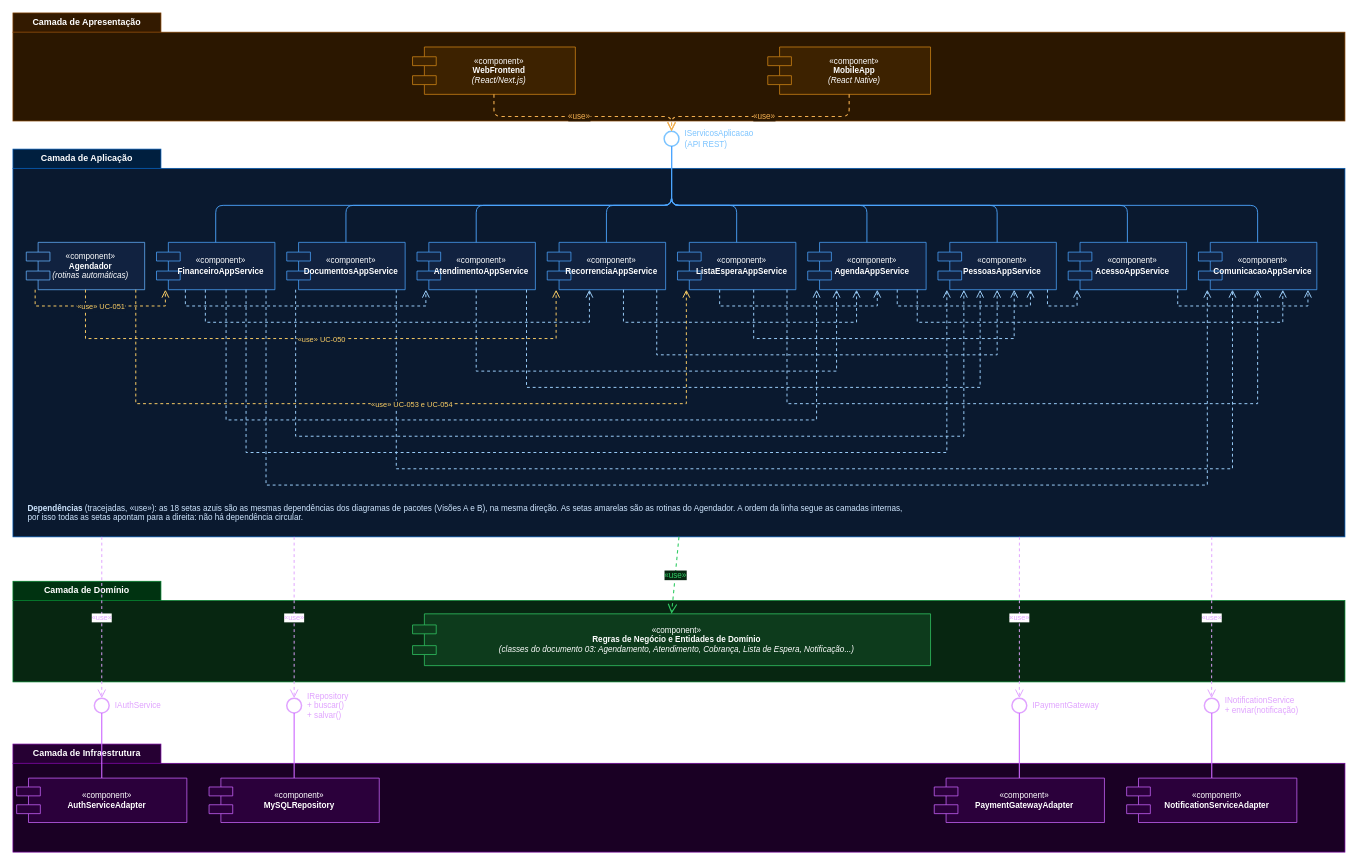
Before: page "Diagrama de componentes" (3 of 5) of diagramas/arquitetura/diagramas-arquitetura.drawio in devcaline/nexo-modelagem, a draw.io diagram. Source tidied: cells renumbered, new cells numbered last; positions are measured from the earlier drawing's top-left corner, leaving out a move shared by most shapes. Both pictures are drawn from the tidied source at 74%, with x=0, y=0 at pixel (13, 13).
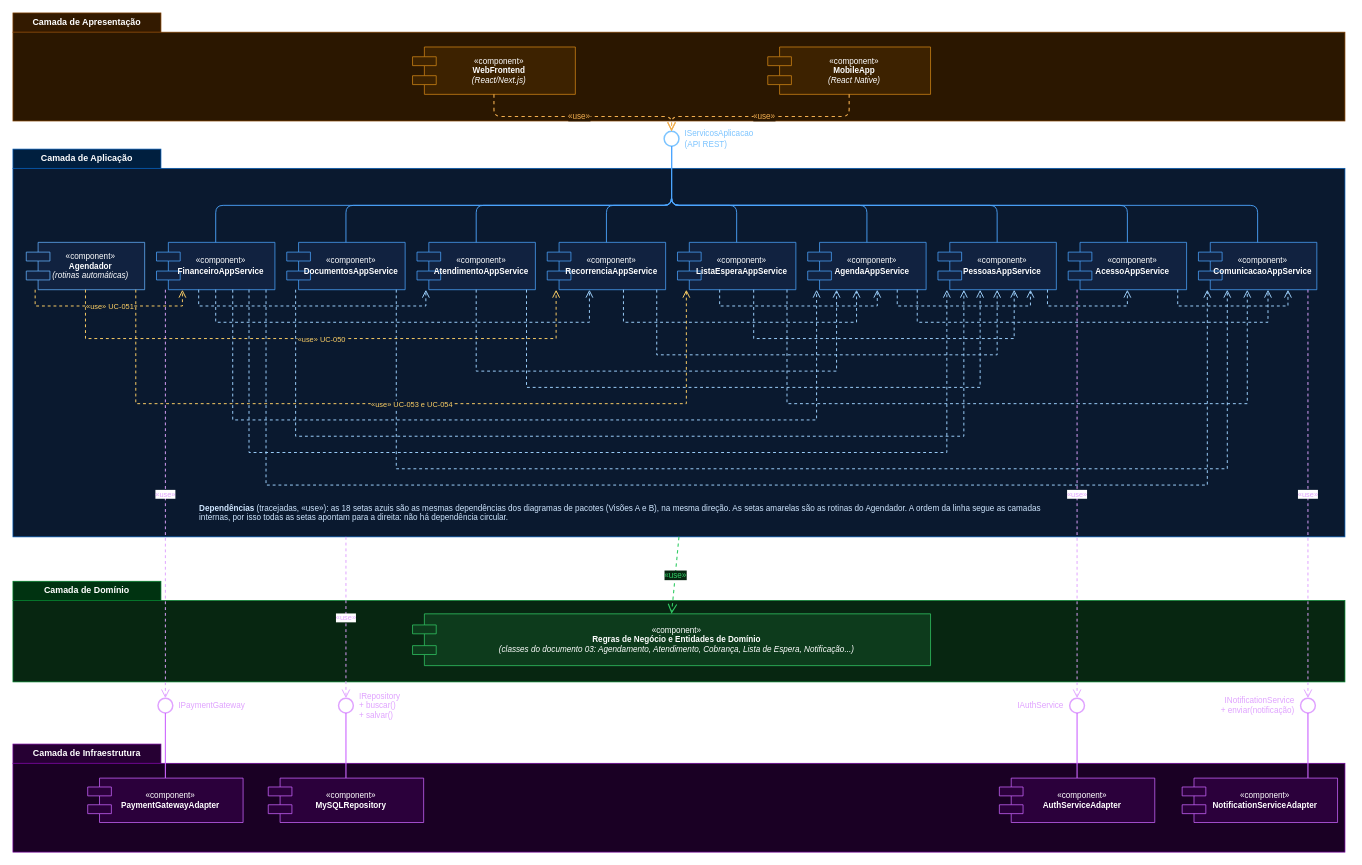
The same page after the edit.

Unchanged cells that the change refers to:
```xml
<mxCell id="7" style="rounded=0;whiteSpace=wrap;html=1;fillColor=#0a192f;strokeColor=#0059b3;" parent="1" vertex="1">
  <mxGeometry y="210" width="1800" height="498" as="geometry" />
</mxCell>
<mxCell id="8" value="&amp;laquo;component&amp;raquo;&lt;br/&gt;&lt;b&gt;Agendador&lt;/b&gt;&lt;br/&gt;&lt;i&gt;(rotinas automáticas)&lt;/i&gt;" style="shape=component;html=1;whiteSpace=wrap;align=center;spacingLeft=14;fillColor=#112240;strokeColor=#66b3ff;fontColor=#FFFFFF;fontSize=11;" parent="1" vertex="1">
  <mxGeometry x="18" y="310" width="160" height="64" as="geometry" />
</mxCell>
<mxCell id="9" value="&amp;laquo;component&amp;raquo;&lt;br/&gt;&lt;b&gt;FinanceiroAppService&lt;/b&gt;" style="shape=component;html=1;whiteSpace=wrap;align=center;spacingLeft=14;fillColor=#112240;strokeColor=#4da6ff;fontColor=#FFFFFF;fontSize=11;" parent="1" vertex="1">
  <mxGeometry x="194" y="310" width="160" height="64" as="geometry" />
</mxCell>
<mxCell id="10" value="&amp;laquo;component&amp;raquo;&lt;br/&gt;&lt;b&gt;DocumentosAppService&lt;/b&gt;" style="shape=component;html=1;whiteSpace=wrap;align=center;spacingLeft=14;fillColor=#112240;strokeColor=#4da6ff;fontColor=#FFFFFF;fontSize=11;" parent="1" vertex="1">
  <mxGeometry x="370" y="310" width="160" height="64" as="geometry" />
</mxCell>
<mxCell id="11" value="&amp;laquo;component&amp;raquo;&lt;br/&gt;&lt;b&gt;AtendimentoAppService&lt;/b&gt;" style="shape=component;html=1;whiteSpace=wrap;align=center;spacingLeft=14;fillColor=#112240;strokeColor=#4da6ff;fontColor=#FFFFFF;fontSize=11;" parent="1" vertex="1">
  <mxGeometry x="546" y="310" width="160" height="64" as="geometry" />
</mxCell>
<mxCell id="12" value="&amp;laquo;component&amp;raquo;&lt;br/&gt;&lt;b&gt;RecorrenciaAppService&lt;/b&gt;" style="shape=component;html=1;whiteSpace=wrap;align=center;spacingLeft=14;fillColor=#112240;strokeColor=#4da6ff;fontColor=#FFFFFF;fontSize=11;" parent="1" vertex="1">
  <mxGeometry x="722" y="310" width="160" height="64" as="geometry" />
</mxCell>
<mxCell id="13" value="&amp;laquo;component&amp;raquo;&lt;br/&gt;&lt;b&gt;ListaEsperaAppService&lt;/b&gt;" style="shape=component;html=1;whiteSpace=wrap;align=center;spacingLeft=14;fillColor=#112240;strokeColor=#4da6ff;fontColor=#FFFFFF;fontSize=11;" parent="1" vertex="1">
  <mxGeometry x="898" y="310" width="160" height="64" as="geometry" />
</mxCell>
<mxCell id="14" value="&amp;laquo;component&amp;raquo;&lt;br/&gt;&lt;b&gt;AgendaAppService&lt;/b&gt;" style="shape=component;html=1;whiteSpace=wrap;align=center;spacingLeft=14;fillColor=#112240;strokeColor=#4da6ff;fontColor=#FFFFFF;fontSize=11;" parent="1" vertex="1">
  <mxGeometry x="1074" y="310" width="160" height="64" as="geometry" />
</mxCell>
<mxCell id="15" value="&amp;laquo;component&amp;raquo;&lt;br/&gt;&lt;b&gt;PessoasAppService&lt;/b&gt;" style="shape=component;html=1;whiteSpace=wrap;align=center;spacingLeft=14;fillColor=#112240;strokeColor=#4da6ff;fontColor=#FFFFFF;fontSize=11;" parent="1" vertex="1">
  <mxGeometry x="1250" y="310" width="160" height="64" as="geometry" />
</mxCell>
<mxCell id="16" value="&amp;laquo;component&amp;raquo;&lt;br/&gt;&lt;b&gt;AcessoAppService&lt;/b&gt;" style="shape=component;html=1;whiteSpace=wrap;align=center;spacingLeft=14;fillColor=#112240;strokeColor=#4da6ff;fontColor=#FFFFFF;fontSize=11;" parent="1" vertex="1">
  <mxGeometry x="1426" y="310" width="160" height="64" as="geometry" />
</mxCell>
<mxCell id="17" value="&amp;laquo;component&amp;raquo;&lt;br/&gt;&lt;b&gt;ComunicacaoAppService&lt;/b&gt;" style="shape=component;html=1;whiteSpace=wrap;align=center;spacingLeft=14;fillColor=#112240;strokeColor=#4da6ff;fontColor=#FFFFFF;fontSize=11;" parent="1" vertex="1">
  <mxGeometry x="1602" y="310" width="160" height="64" as="geometry" />
</mxCell>
```

Change to the diagram source:
```diff
@@
-    <mxCell id="37" style="edgeStyle=none;html=1;dashed=1;endArrow=open;endSize=8;strokeColor=#9fd3ff;strokeWidth=1.3;rounded=0;exitX=0.925;exitY=1;exitDx=0;exitDy=0;entryX=0.5;entryY=1;entryDx=0;entryDy=0;fontColor=#9fd3ff;fontSize=10;labelBackgroundColor=#0a192f;" parent="1" edge="1" source="13" target="17">
+    <mxCell id="37" style="edgeStyle=none;html=1;dashed=1;endArrow=open;endSize=8;strokeColor=#9fd3ff;strokeWidth=1.3;rounded=0;exitX=0.925;exitY=1;exitDx=0;exitDy=0;entryX=0.4125;entryY=1;entryDx=0;entryDy=0;fontColor=#9fd3ff;fontSize=10;labelBackgroundColor=#0a192f;" parent="1" edge="1" source="13" target="17">
       <mxGeometry relative="1" as="geometry">
         <Array as="points">
           <mxPoint x="1046" y="528" />
-          <mxPoint x="1682" y="528" />
+          <mxPoint x="1668" y="528" />
         </Array>
       </mxGeometry>
     </mxCell>
@@
-    <mxCell id="39" style="edgeStyle=none;html=1;dashed=1;endArrow=open;endSize=8;strokeColor=#9fd3ff;strokeWidth=1.3;rounded=0;exitX=0.925;exitY=1;exitDx=0;exitDy=0;entryX=0.7125;entryY=1;entryDx=0;entryDy=0;fontColor=#9fd3ff;fontSize=10;labelBackgroundColor=#0a192f;" parent="1" edge="1" source="14" target="17">
+    <mxCell id="39" style="edgeStyle=none;html=1;dashed=1;endArrow=open;endSize=8;strokeColor=#9fd3ff;strokeWidth=1.3;rounded=0;exitX=0.925;exitY=1;exitDx=0;exitDy=0;entryX=0.5875;entryY=1;entryDx=0;entryDy=0;fontColor=#9fd3ff;fontSize=10;labelBackgroundColor=#0a192f;" parent="1" edge="1" source="14" target="17">
       <mxGeometry relative="1" as="geometry">
         <Array as="points">
           <mxPoint x="1222" y="418" />
-          <mxPoint x="1716" y="418" />
+          <mxPoint x="1696" y="418" />
         </Array>
       </mxGeometry>
     </mxCell>
-    <mxCell id="40" style="edgeStyle=none;html=1;dashed=1;endArrow=open;endSize=8;strokeColor=#9fd3ff;strokeWidth=1.3;rounded=0;exitX=0.925;exitY=1;exitDx=0;exitDy=0;entryX=0.075;entryY=1;entryDx=0;entryDy=0;fontColor=#9fd3ff;fontSize=10;labelBackgroundColor=#0a192f;" parent="1" edge="1" source="15" target="16">
+    <mxCell id="40" style="edgeStyle=none;html=1;dashed=1;endArrow=open;endSize=8;strokeColor=#9fd3ff;strokeWidth=1.3;rounded=0;exitX=0.925;exitY=1;exitDx=0;exitDy=0;entryX=0.5;entryY=1;entryDx=0;entryDy=0;fontColor=#9fd3ff;fontSize=10;labelBackgroundColor=#0a192f;" parent="1" edge="1" source="15" target="16">
       <mxGeometry relative="1" as="geometry">
         <Array as="points">
           <mxPoint x="1398" y="396" />
-          <mxPoint x="1438" y="396" />
+          <mxPoint x="1506" y="396" />
         </Array>
       </mxGeometry>
     </mxCell>
-    <mxCell id="41" style="edgeStyle=none;html=1;dashed=1;endArrow=open;endSize=8;strokeColor=#9fd3ff;strokeWidth=1.3;rounded=0;exitX=0.7562;exitY=1;exitDx=0;exitDy=0;entryX=0.075;entryY=1;entryDx=0;entryDy=0;fontColor=#9fd3ff;fontSize=10;labelBackgroundColor=#0a192f;" parent="1" edge="1" source="9" target="15">
+    <mxCell id="41" style="edgeStyle=none;html=1;dashed=1;endArrow=open;endSize=8;strokeColor=#9fd3ff;strokeWidth=1.3;rounded=0;exitX=0.7812;exitY=1;exitDx=0;exitDy=0;entryX=0.075;entryY=1;entryDx=0;entryDy=0;fontColor=#9fd3ff;fontSize=10;labelBackgroundColor=#0a192f;" parent="1" edge="1" source="9" target="15">
       <mxGeometry relative="1" as="geometry">
         <Array as="points">
-          <mxPoint x="315" y="594" />
+          <mxPoint x="319" y="594" />
           <mxPoint x="1262" y="594" />
         </Array>
       </mxGeometry>
     </mxCell>
-    <mxCell id="42" style="edgeStyle=none;html=1;dashed=1;endArrow=open;endSize=8;strokeColor=#9fd3ff;strokeWidth=1.3;rounded=0;exitX=0.5875;exitY=1;exitDx=0;exitDy=0;entryX=0.075;entryY=1;entryDx=0;entryDy=0;fontColor=#9fd3ff;fontSize=10;labelBackgroundColor=#0a192f;" parent="1" edge="1" source="9" target="14">
+    <mxCell id="42" style="edgeStyle=none;html=1;dashed=1;endArrow=open;endSize=8;strokeColor=#9fd3ff;strokeWidth=1.3;rounded=0;exitX=0.6438;exitY=1;exitDx=0;exitDy=0;entryX=0.075;entryY=1;entryDx=0;entryDy=0;fontColor=#9fd3ff;fontSize=10;labelBackgroundColor=#0a192f;" parent="1" edge="1" source="9" target="14">
       <mxGeometry relative="1" as="geometry">
         <Array as="points">
-          <mxPoint x="288" y="550" />
+          <mxPoint x="297" y="550" />
           <mxPoint x="1086" y="550" />
         </Array>
       </mxGeometry>
     </mxCell>
-    <mxCell id="43" style="edgeStyle=none;html=1;dashed=1;endArrow=open;endSize=8;strokeColor=#9fd3ff;strokeWidth=1.3;rounded=0;exitX=0.2437;exitY=1;exitDx=0;exitDy=0;entryX=0.075;entryY=1;entryDx=0;entryDy=0;fontColor=#9fd3ff;fontSize=10;labelBackgroundColor=#0a192f;" parent="1" edge="1" source="9" target="11">
+    <mxCell id="43" style="edgeStyle=none;html=1;dashed=1;endArrow=open;endSize=8;strokeColor=#9fd3ff;strokeWidth=1.3;rounded=0;exitX=0.3563;exitY=1;exitDx=0;exitDy=0;entryX=0.075;entryY=1;entryDx=0;entryDy=0;fontColor=#9fd3ff;fontSize=10;labelBackgroundColor=#0a192f;" parent="1" edge="1" source="9" target="11">
       <mxGeometry relative="1" as="geometry">
         <Array as="points">
-          <mxPoint x="233" y="396" />
+          <mxPoint x="251" y="396" />
           <mxPoint x="558" y="396" />
         </Array>
       </mxGeometry>
     </mxCell>
-    <mxCell id="44" style="edgeStyle=none;html=1;dashed=1;endArrow=open;endSize=8;strokeColor=#9fd3ff;strokeWidth=1.3;rounded=0;exitX=0.4125;exitY=1;exitDx=0;exitDy=0;entryX=0.3563;entryY=1;entryDx=0;entryDy=0;fontColor=#9fd3ff;fontSize=10;labelBackgroundColor=#0a192f;" parent="1" edge="1" source="9" target="12">
+    <mxCell id="44" style="edgeStyle=none;html=1;dashed=1;endArrow=open;endSize=8;strokeColor=#9fd3ff;strokeWidth=1.3;rounded=0;exitX=0.5;exitY=1;exitDx=0;exitDy=0;entryX=0.3563;entryY=1;entryDx=0;entryDy=0;fontColor=#9fd3ff;fontSize=10;labelBackgroundColor=#0a192f;" parent="1" edge="1" source="9" target="12">
       <mxGeometry relative="1" as="geometry">
         <Array as="points">
-          <mxPoint x="260" y="418" />
+          <mxPoint x="274" y="418" />
           <mxPoint x="779" y="418" />
         </Array>
       </mxGeometry>
     </mxCell>
@@
-    <mxCell id="47" style="edgeStyle=none;html=1;dashed=1;endArrow=open;endSize=8;strokeColor=#9fd3ff;strokeWidth=1.3;rounded=0;exitX=0.925;exitY=1;exitDx=0;exitDy=0;entryX=0.2875;entryY=1;entryDx=0;entryDy=0;fontColor=#9fd3ff;fontSize=10;labelBackgroundColor=#0a192f;" parent="1" edge="1" source="10" target="17">
+    <mxCell id="47" style="edgeStyle=none;html=1;dashed=1;endArrow=open;endSize=8;strokeColor=#9fd3ff;strokeWidth=1.3;rounded=0;exitX=0.925;exitY=1;exitDx=0;exitDy=0;entryX=0.2437;entryY=1;entryDx=0;entryDy=0;fontColor=#9fd3ff;fontSize=10;labelBackgroundColor=#0a192f;" parent="1" edge="1" source="10" target="17">
       <mxGeometry relative="1" as="geometry">
         <Array as="points">
           <mxPoint x="518" y="616" />
-          <mxPoint x="1648" y="616" />
+          <mxPoint x="1641" y="616" />
         </Array>
       </mxGeometry>
     </mxCell>
-    <mxCell id="48" style="edgeStyle=none;html=1;dashed=1;endArrow=open;endSize=8;strokeColor=#9fd3ff;strokeWidth=1.3;rounded=0;exitX=0.925;exitY=1;exitDx=0;exitDy=0;entryX=0.925;entryY=1;entryDx=0;entryDy=0;fontColor=#9fd3ff;fontSize=10;labelBackgroundColor=#0a192f;" parent="1" edge="1" source="16" target="17">
+    <mxCell id="48" style="edgeStyle=none;html=1;dashed=1;endArrow=open;endSize=8;strokeColor=#9fd3ff;strokeWidth=1.3;rounded=0;exitX=0.925;exitY=1;exitDx=0;exitDy=0;entryX=0.7562;entryY=1;entryDx=0;entryDy=0;fontColor=#9fd3ff;fontSize=10;labelBackgroundColor=#0a192f;" parent="1" edge="1" source="16" target="17">
       <mxGeometry relative="1" as="geometry">
         <Array as="points">
           <mxPoint x="1574" y="396" />
-          <mxPoint x="1750" y="396" />
+          <mxPoint x="1723" y="396" />
         </Array>
       </mxGeometry>
     </mxCell>
@@
-    <mxCell id="51" style="edgeStyle=none;html=1;dashed=1;endArrow=open;endSize=8;strokeColor=#ffd166;strokeWidth=1.3;rounded=0;exitX=0.075;exitY=1;exitDx=0;exitDy=0;entryX=0.075;entryY=1;entryDx=0;entryDy=0;fontColor=#ffd166;fontSize=10;labelBackgroundColor=#0a192f;" parent="1" edge="1" source="8" target="9">
+    <mxCell id="51" style="edgeStyle=none;html=1;dashed=1;endArrow=open;endSize=8;strokeColor=#ffd166;strokeWidth=1.3;rounded=0;exitX=0.075;exitY=1;exitDx=0;exitDy=0;entryX=0.2188;entryY=1;entryDx=0;entryDy=0;fontColor=#ffd166;fontSize=10;labelBackgroundColor=#0a192f;" parent="1" edge="1" source="8" target="9">
       <mxGeometry relative="1" as="geometry">
         <Array as="points">
           <mxPoint x="30" y="396" />
-          <mxPoint x="206" y="396" />
+          <mxPoint x="229" y="396" />
         </Array>
       </mxGeometry>
     </mxCell>
@@
     <mxCell id="55" value="&lt;b&gt;Dependências&lt;/b&gt; (tracejadas, &amp;laquo;use&amp;raquo;): as 18 setas azuis são as mesmas dependências dos diagramas de pacotes (Visões A e B), na mesma direção. As setas amarelas são as rotinas do Agendador. A ordem da linha segue as camadas internas, por isso todas as setas apontam para a direita: não há dependência circular." style="text;html=1;strokeColor=none;fillColor=none;whiteSpace=wrap;align=left;verticalAlign=top;fontColor=#cfe6ff;fontSize=11;" parent="1" vertex="1">
-      <mxGeometry x="18" y="656" width="1200" height="44" as="geometry" />
+      <mxGeometry x="250" y="656" width="1140" height="44" as="geometry" />
     </mxCell>
@@
-    <mxCell id="62" value="&amp;laquo;component&amp;raquo;&lt;br/&gt;&lt;b&gt;AuthServiceAdapter&lt;/b&gt;" style="shape=component;html=1;whiteSpace=wrap;align=center;spacingLeft=14;fillColor=#2b003b;strokeColor=#cc66ff;fontColor=#FFFFFF;fontSize=11;" parent="1" vertex="1">
-      <mxGeometry x="5" y="1034" width="230" height="60" as="geometry" />
+    <mxCell id="62" value="&amp;laquo;component&amp;raquo;&lt;br/&gt;&lt;b&gt;PaymentGatewayAdapter&lt;/b&gt;" style="shape=component;html=1;whiteSpace=wrap;align=center;spacingLeft=14;fillColor=#2b003b;strokeColor=#cc66ff;fontColor=#FFFFFF;fontSize=11;" parent="1" vertex="1">
+      <mxGeometry x="101" y="1034" width="210" height="60" as="geometry" />
     </mxCell>
     <mxCell id="63" style="ellipse;shape=ellipse;perimeter=ellipsePerimeter;html=1;fillColor=#FFFFFF;strokeColor=#e0a3ff;strokeWidth=2;" parent="1" vertex="1">
-      <mxGeometry x="110" y="926" width="20" height="20" as="geometry" />
+      <mxGeometry x="196" y="926" width="20" height="20" as="geometry" />
     </mxCell>
-    <mxCell id="64" value="IAuthService" style="text;html=1;strokeColor=none;fillColor=none;whiteSpace=wrap;align=left;verticalAlign=middle;fontColor=#e0a3ff;fontSize=11;" parent="1" vertex="1">
-      <mxGeometry x="136" y="916" width="170" height="40" as="geometry" />
+    <mxCell id="64" value="IPaymentGateway" style="text;html=1;strokeColor=none;fillColor=none;whiteSpace=wrap;align=left;verticalAlign=middle;fontColor=#e0a3ff;fontSize=11;" parent="1" vertex="1">
+      <mxGeometry x="222" y="916" width="170" height="40" as="geometry" />
     </mxCell>
@@
-    <mxCell id="66" value="«use»" style="edgeStyle=none;html=1;dashed=1;endArrow=open;endSize=9;strokeColor=#e0a3ff;strokeWidth=1.3;exitX=0.0667;exitY=1;exitDx=0;exitDy=0;fontColor=#e0a3ff;fontSize=10;labelBackgroundColor=#ffffff;" parent="1" edge="1" source="7" target="63">
+    <mxCell id="66" value="«use»" style="edgeStyle=none;html=1;dashed=1;endArrow=open;endSize=9;strokeColor=#e0a3ff;strokeWidth=1.3;fontColor=#e0a3ff;fontSize=10;labelBackgroundColor=#ffffff;exitX=0.075;exitY=1;exitDx=0;exitDy=0;" parent="1" edge="1" source="9" target="63">
       <mxGeometry relative="1" as="geometry" />
     </mxCell>
     <mxCell id="67" value="&amp;laquo;component&amp;raquo;&lt;br/&gt;&lt;b&gt;MySQLRepository&lt;/b&gt;" style="shape=component;html=1;whiteSpace=wrap;align=center;spacingLeft=14;fillColor=#2b003b;strokeColor=#cc66ff;fontColor=#FFFFFF;fontSize=11;" parent="1" vertex="1">
-      <mxGeometry x="265" y="1034" width="230" height="60" as="geometry" />
+      <mxGeometry x="345" y="1034" width="210" height="60" as="geometry" />
     </mxCell>
     <mxCell id="68" style="ellipse;shape=ellipse;perimeter=ellipsePerimeter;html=1;fillColor=#FFFFFF;strokeColor=#e0a3ff;strokeWidth=2;" parent="1" vertex="1">
-      <mxGeometry x="370" y="926" width="20" height="20" as="geometry" />
+      <mxGeometry x="440" y="926" width="20" height="20" as="geometry" />
     </mxCell>
     <mxCell id="69" value="IRepository&lt;br/&gt;+ buscar()&lt;br/&gt;+ salvar()" style="text;html=1;strokeColor=none;fillColor=none;whiteSpace=wrap;align=left;verticalAlign=middle;fontColor=#e0a3ff;fontSize=11;" parent="1" vertex="1">
-      <mxGeometry x="396" y="916" width="170" height="40" as="geometry" />
+      <mxGeometry x="466" y="916" width="170" height="40" as="geometry" />
     </mxCell>
@@
-    <mxCell id="71" value="«use»" style="edgeStyle=none;html=1;dashed=1;endArrow=open;endSize=9;strokeColor=#e0a3ff;strokeWidth=1.3;exitX=0.2111;exitY=1;exitDx=0;exitDy=0;fontColor=#e0a3ff;fontSize=10;labelBackgroundColor=#ffffff;" parent="1" edge="1" source="7" target="68">
+    <mxCell id="71" value="«use»" style="edgeStyle=none;html=1;dashed=1;endArrow=open;endSize=9;strokeColor=#e0a3ff;strokeWidth=1.3;fontColor=#e0a3ff;fontSize=10;labelBackgroundColor=#ffffff;exitX=0.25;exitY=1;exitDx=0;exitDy=0;" parent="1" edge="1" source="7" target="68">
       <mxGeometry relative="1" as="geometry" />
     </mxCell>
-    <mxCell id="72" value="&amp;laquo;component&amp;raquo;&lt;br/&gt;&lt;b&gt;PaymentGatewayAdapter&lt;/b&gt;" style="shape=component;html=1;whiteSpace=wrap;align=center;spacingLeft=14;fillColor=#2b003b;strokeColor=#cc66ff;fontColor=#FFFFFF;fontSize=11;" parent="1" vertex="1">
-      <mxGeometry x="1245" y="1034" width="230" height="60" as="geometry" />
+    <mxCell id="72" value="&amp;laquo;component&amp;raquo;&lt;br/&gt;&lt;b&gt;AuthServiceAdapter&lt;/b&gt;" style="shape=component;html=1;whiteSpace=wrap;align=center;spacingLeft=14;fillColor=#2b003b;strokeColor=#cc66ff;fontColor=#FFFFFF;fontSize=11;" parent="1" vertex="1">
+      <mxGeometry x="1333" y="1034" width="210" height="60" as="geometry" />
     </mxCell>
     <mxCell id="73" style="ellipse;shape=ellipse;perimeter=ellipsePerimeter;html=1;fillColor=#FFFFFF;strokeColor=#e0a3ff;strokeWidth=2;" parent="1" vertex="1">
-      <mxGeometry x="1350" y="926" width="20" height="20" as="geometry" />
+      <mxGeometry x="1428" y="926" width="20" height="20" as="geometry" />
     </mxCell>
-    <mxCell id="74" value="IPaymentGateway" style="text;html=1;strokeColor=none;fillColor=none;whiteSpace=wrap;align=left;verticalAlign=middle;fontColor=#e0a3ff;fontSize=11;" parent="1" vertex="1">
-      <mxGeometry x="1376" y="916" width="170" height="40" as="geometry" />
+    <mxCell id="74" value="IAuthService" style="text;html=1;strokeColor=none;fillColor=none;whiteSpace=wrap;align=right;verticalAlign=middle;fontColor=#e0a3ff;fontSize=11;" parent="1" vertex="1">
+      <mxGeometry x="1252" y="916" width="170" height="40" as="geometry" />
     </mxCell>
@@
-    <mxCell id="76" value="«use»" style="edgeStyle=none;html=1;dashed=1;endArrow=open;endSize=9;strokeColor=#e0a3ff;strokeWidth=1.3;exitX=0.7556;exitY=1;exitDx=0;exitDy=0;fontColor=#e0a3ff;fontSize=10;labelBackgroundColor=#ffffff;" parent="1" edge="1" source="7" target="73">
+    <mxCell id="76" value="«use»" style="edgeStyle=none;html=1;dashed=1;endArrow=open;endSize=9;strokeColor=#e0a3ff;strokeWidth=1.3;fontColor=#e0a3ff;fontSize=10;labelBackgroundColor=#ffffff;exitX=0.075;exitY=1;exitDx=0;exitDy=0;" parent="1" edge="1" source="16" target="73">
       <mxGeometry relative="1" as="geometry" />
     </mxCell>
     <mxCell id="77" value="&amp;laquo;component&amp;raquo;&lt;br/&gt;&lt;b&gt;NotificationServiceAdapter&lt;/b&gt;" style="shape=component;html=1;whiteSpace=wrap;align=center;spacingLeft=14;fillColor=#2b003b;strokeColor=#cc66ff;fontColor=#FFFFFF;fontSize=11;" parent="1" vertex="1">
-      <mxGeometry x="1505" y="1034" width="230" height="60" as="geometry" />
+      <mxGeometry x="1580" y="1034" width="210" height="60" as="geometry" />
     </mxCell>
     <mxCell id="78" style="ellipse;shape=ellipse;perimeter=ellipsePerimeter;html=1;fillColor=#FFFFFF;strokeColor=#e0a3ff;strokeWidth=2;" parent="1" vertex="1">
-      <mxGeometry x="1610" y="926" width="20" height="20" as="geometry" />
+      <mxGeometry x="1740" y="926" width="20" height="20" as="geometry" />
     </mxCell>
-    <mxCell id="79" value="INotificationService&lt;br/&gt;+ enviar(notificação)" style="text;html=1;strokeColor=none;fillColor=none;whiteSpace=wrap;align=left;verticalAlign=middle;fontColor=#e0a3ff;fontSize=11;" parent="1" vertex="1">
-      <mxGeometry x="1636" y="916" width="170" height="40" as="geometry" />
+    <mxCell id="79" value="INotificationService&lt;br/&gt;+ enviar(notificação)" style="text;html=1;strokeColor=none;fillColor=none;whiteSpace=wrap;align=right;verticalAlign=middle;fontColor=#e0a3ff;fontSize=11;" parent="1" vertex="1">
+      <mxGeometry x="1564" y="916" width="170" height="40" as="geometry" />
     </mxCell>
-    <mxCell id="80" style="edgeStyle=none;html=1;endArrow=none;strokeColor=#cc66ff;strokeWidth=1.5;exitX=0.5;exitY=0;exitDx=0;exitDy=0;" parent="1" edge="1" source="77" target="78">
+    <mxCell id="80" style="edgeStyle=none;html=1;endArrow=none;strokeColor=#cc66ff;strokeWidth=1.5;exitX=0.8095;exitY=0;exitDx=0;exitDy=0;" parent="1" edge="1" source="77" target="78">
       <mxGeometry relative="1" as="geometry" />
     </mxCell>
-    <mxCell id="81" value="«use»" style="edgeStyle=none;html=1;dashed=1;endArrow=open;endSize=9;strokeColor=#e0a3ff;strokeWidth=1.3;exitX=0.9;exitY=1;exitDx=0;exitDy=0;fontColor=#e0a3ff;fontSize=10;labelBackgroundColor=#ffffff;" parent="1" edge="1" source="7" target="78">
+    <mxCell id="81" value="«use»" style="edgeStyle=none;html=1;dashed=1;endArrow=open;endSize=9;strokeColor=#e0a3ff;strokeWidth=1.3;fontColor=#e0a3ff;fontSize=10;labelBackgroundColor=#ffffff;exitX=0.925;exitY=1;exitDx=0;exitDy=0;" parent="1" edge="1" source="17" target="78">
       <mxGeometry relative="1" as="geometry" />
     </mxCell>
```
